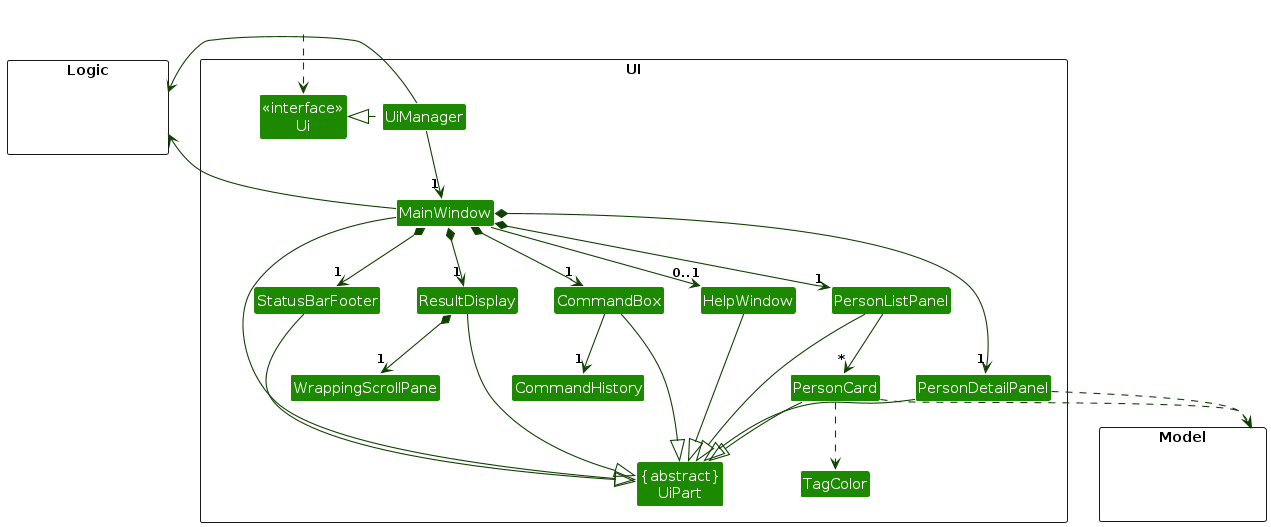
Above: diagrams/UiClassDiagram.png in AY2627S1-CS2103T-T08-4/tp (PlantUML), before the change. Its source is kept beside it as diagrams/UiClassDiagram.puml.
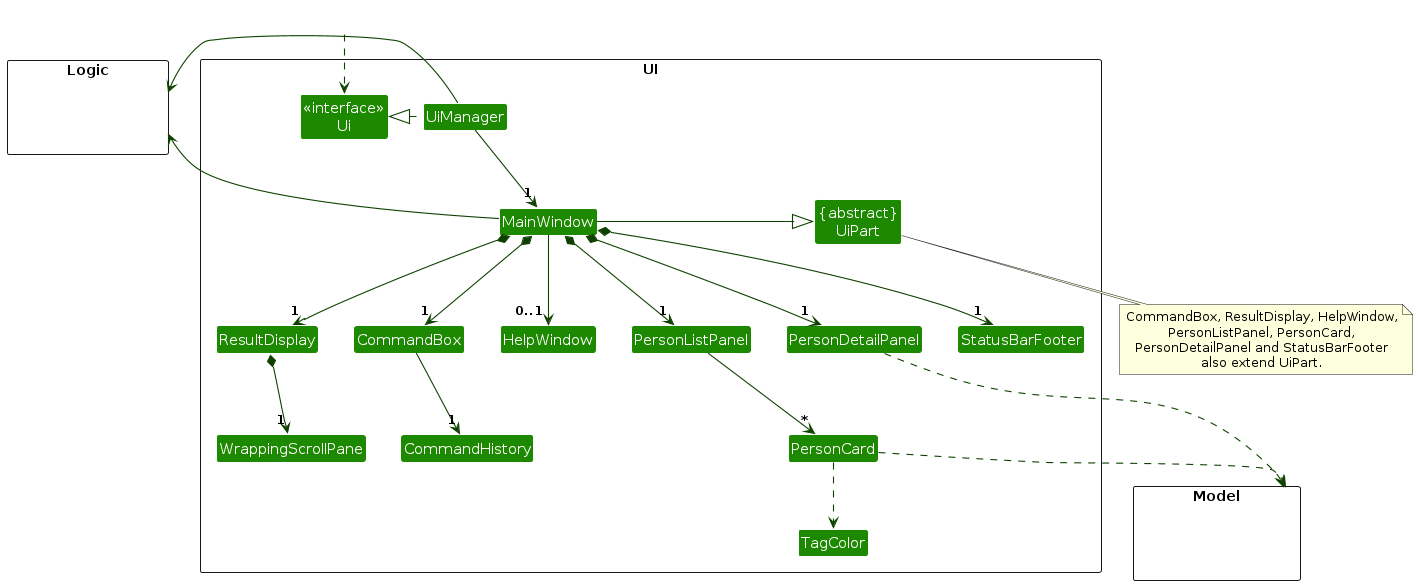
After the commit.

Change to the diagram source:
```diff
@@ -47,14 +47,13 @@
 PersonCard ..> TagColor
 
 MainWindow -left-|> UiPart
+note bottom of UiPart
+CommandBox, ResultDisplay, HelpWindow,
+PersonListPanel, PersonCard,
+PersonDetailPanel and StatusBarFooter
+also extend UiPart.
+end note
 
-ResultDisplay --|> UiPart
-CommandBox --|> UiPart
-PersonListPanel --|> UiPart
-PersonCard --|> UiPart
-PersonDetailPanel --|> UiPart
-StatusBarFooter --|> UiPart
-HelpWindow --|> UiPart
 
 PersonCard ..> Model
 PersonDetailPanel ..> Model
@@ -66,5 +65,4 @@
 CommandBox -[hidden]left- ResultDisplay
 ResultDisplay -[hidden]left- StatusBarFooter
 
-MainWindow -[hidden]-|> UiPart
 @enduml
```
